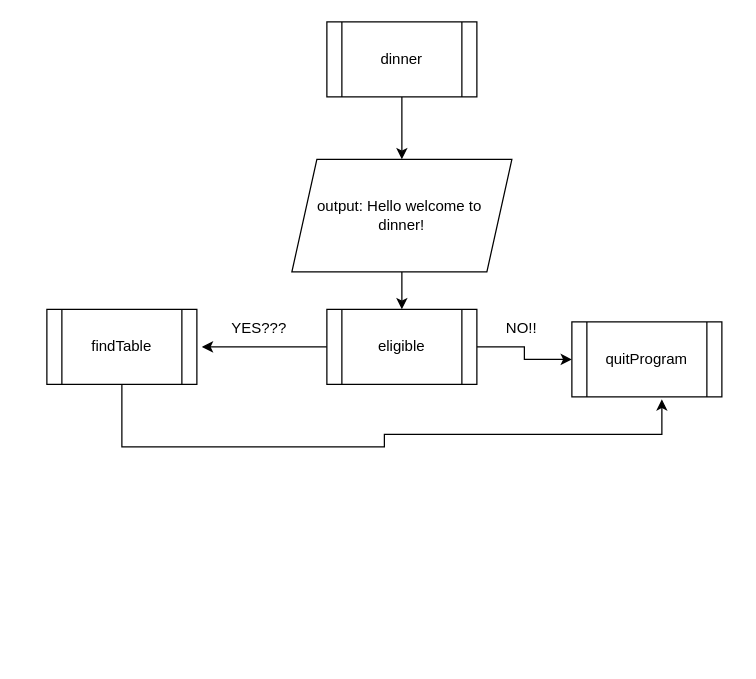
This is Dinner flowchart.drawio from BHASVIC-JamesC/JDL-corporation, a draw.io file, before an edit. Source tidied: cells renumbered, new cells numbered last; positions are measured from the earlier drawing's top-left corner, leaving out a move shared by most shapes. Both pictures are drawn from the tidied source at 125%, with x=0, y=0 at pixel (46, 21).
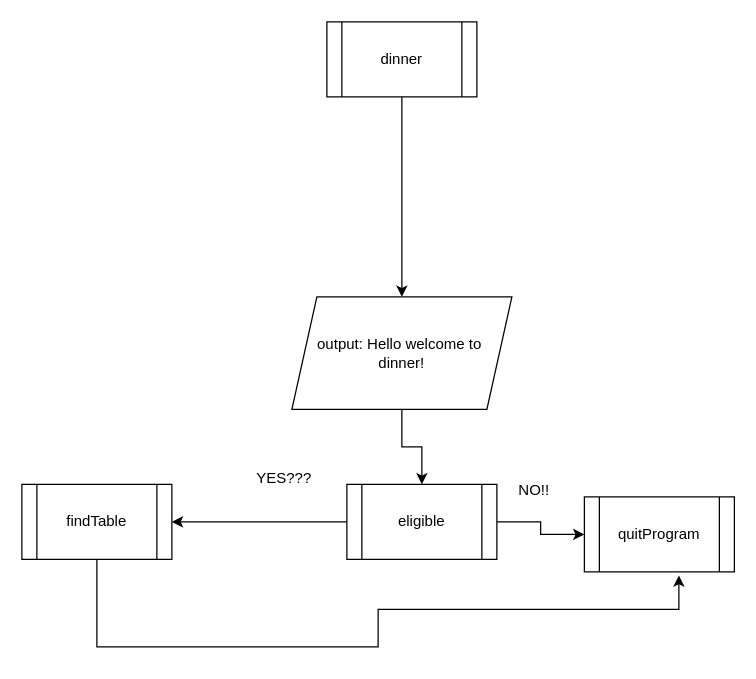
Above is the later version.

The edit, as a diff of the source:
```diff
@@
 <mxGraphModel>
   <root>
     <mxCell id="0" />
     <mxCell id="1" parent="0" />
     <mxCell id="2" style="edgeStyle=orthogonalEdgeStyle;rounded=0;jettySize=auto;html=1;" parent="1" edge="1" source="3" target="5">
       <mxGeometry relative="1" as="geometry" />
     </mxCell>
     <mxCell id="3" value="dinner" style="shape=process;whiteSpace=wrap;html=1;backgroundOutline=1;" parent="1" vertex="1">
       <mxGeometry x="224" width="120" height="60" as="geometry" />
     </mxCell>
     <mxCell id="4" style="edgeStyle=orthogonalEdgeStyle;rounded=0;jettySize=auto;html=1;" parent="1" edge="1" source="5" target="8">
       <mxGeometry relative="1" as="geometry" />
     </mxCell>
     <mxCell id="5" value="output: Hello welcome to&amp;nbsp;&lt;div&gt;dinner!&lt;/div&gt;" style="shape=parallelogram;perimeter=parallelogramPerimeter;whiteSpace=wrap;html=1;fixedSize=1;" parent="1" vertex="1">
-      <mxGeometry x="196" y="110" width="176" height="90" as="geometry" />
+      <mxGeometry x="196" y="220" width="176" height="90" as="geometry" />
     </mxCell>
-    <mxCell id="6" style="edgeStyle=orthogonalEdgeStyle;rounded=0;jettySize=auto;html=1;" parent="1" edge="1" source="8">
-      <mxGeometry relative="1" as="geometry">
-        <mxPoint x="124" y="260" as="targetPoint" />
-      </mxGeometry>
+    <mxCell id="6" style="edgeStyle=orthogonalEdgeStyle;rounded=0;jettySize=auto;html=1;entryX=1;entryY=0.5;entryDx=0;entryDy=0;" parent="1" edge="1" source="8" target="10">
+      <mxGeometry relative="1" as="geometry" />
     </mxCell>
     <mxCell id="7" style="edgeStyle=orthogonalEdgeStyle;rounded=0;jettySize=auto;html=1;entryX=0;entryY=0.5;entryDx=0;entryDy=0;" parent="1" edge="1" source="8" target="11">
       <mxGeometry relative="1" as="geometry" />
     </mxCell>
     <mxCell id="8" value="eligible" style="shape=process;whiteSpace=wrap;html=1;backgroundOutline=1;" parent="1" vertex="1">
-      <mxGeometry x="224" y="230" width="120" height="60" as="geometry" />
+      <mxGeometry x="240" y="370" width="120" height="60" as="geometry" />
     </mxCell>
     <mxCell id="9" value="YES???" style="text;html=1;align=center;verticalAlign=middle;whiteSpace=wrap;rounded=0;" parent="1" vertex="1">
-      <mxGeometry x="140" y="230" width="60" height="30" as="geometry" />
+      <mxGeometry x="160" y="350" width="60" height="30" as="geometry" />
     </mxCell>
     <mxCell id="10" value="findTable" style="shape=process;whiteSpace=wrap;html=1;backgroundOutline=1;" parent="1" vertex="1">
-      <mxGeometry y="230" width="120" height="60" as="geometry" />
+      <mxGeometry x="-20" y="370" width="120" height="60" as="geometry" />
     </mxCell>
     <mxCell id="11" value="quitProgram" style="shape=process;whiteSpace=wrap;html=1;backgroundOutline=1;" parent="1" vertex="1">
-      <mxGeometry x="420" y="240" width="120" height="60" as="geometry" />
+      <mxGeometry x="430" y="380" width="120" height="60" as="geometry" />
     </mxCell>
     <mxCell id="12" value="NO!!" style="text;html=1;align=center;verticalAlign=middle;whiteSpace=wrap;rounded=0;" parent="1" vertex="1">
-      <mxGeometry x="350" y="230" width="60" height="30" as="geometry" />
+      <mxGeometry x="360" y="360" width="60" height="30" as="geometry" />
     </mxCell>
-    <mxCell id="13" style="edgeStyle=orthogonalEdgeStyle;rounded=0;jettySize=auto;html=1;entryX=0.6;entryY=1.033;entryDx=0;entryDy=0;entryPerimeter=0;" parent="1" edge="1" source="10" target="11">
+    <mxCell id="13" style="edgeStyle=orthogonalEdgeStyle;rounded=0;jettySize=auto;html=1;entryX=0.63;entryY=1.047;entryDx=0;entryDy=0;entryPerimeter=0;" parent="1" edge="1" source="10" target="11">
       <mxGeometry relative="1" as="geometry">
         <Array as="points">
-          <mxPoint x="60" y="340" />
-          <mxPoint x="270" y="340" />
-          <mxPoint x="270" y="330" />
-          <mxPoint x="492" y="330" />
+          <mxPoint x="40" y="500" />
+          <mxPoint x="265" y="500" />
+          <mxPoint x="265" y="470" />
+          <mxPoint x="506" y="470" />
         </Array>
       </mxGeometry>
     </mxCell>
   </root>
 </mxGraphModel>
```
